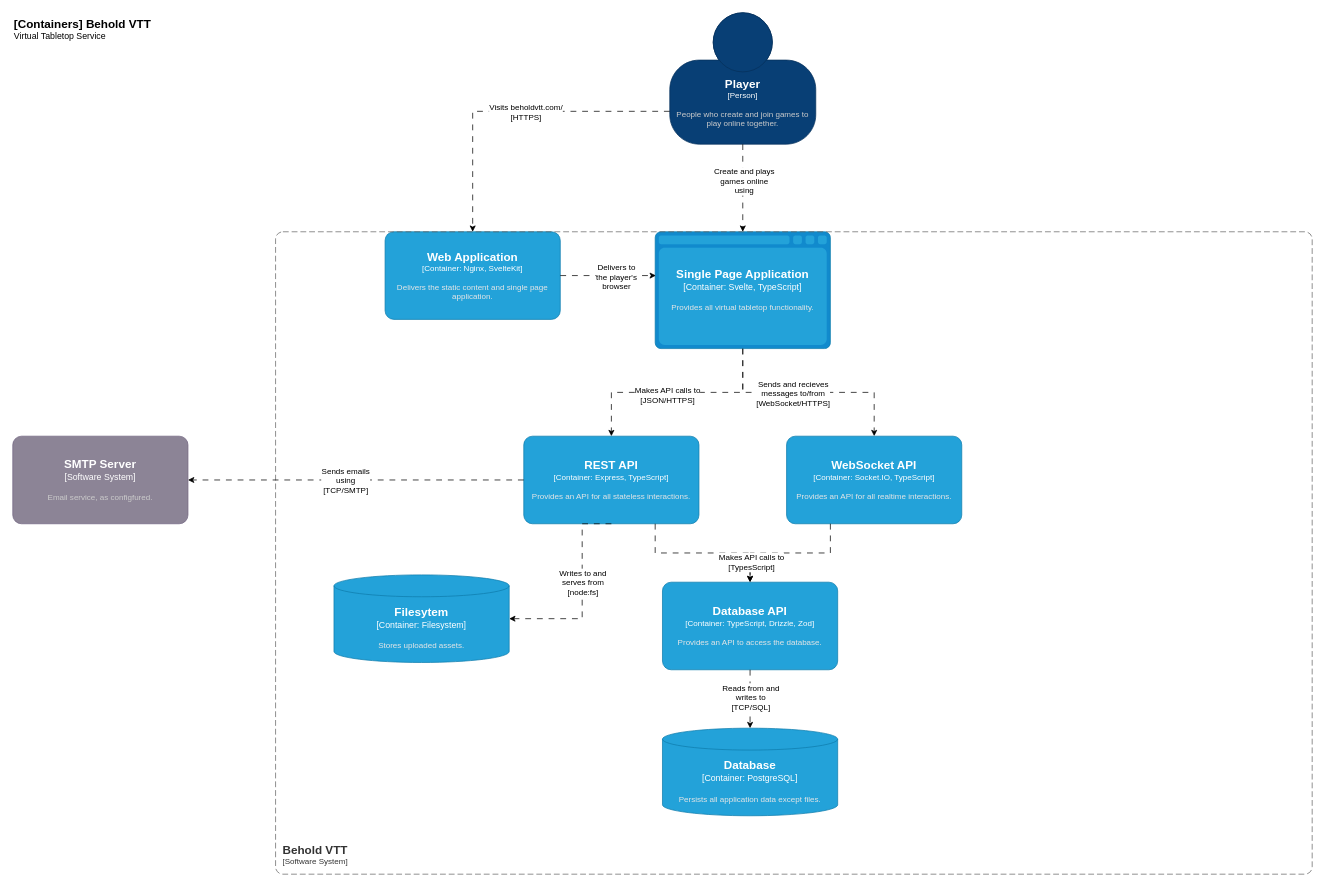
Before: doc/diagrams/c4-containers.drawio in freeborough/behold, a draw.io diagram. Source tidied: cells renumbered, new cells numbered last; positions are measured from the earlier drawing's top-left corner, leaving out a move shared by most shapes. Both pictures are drawn from the tidied source at 73%, with x=0, y=0 at pixel (12, 12).
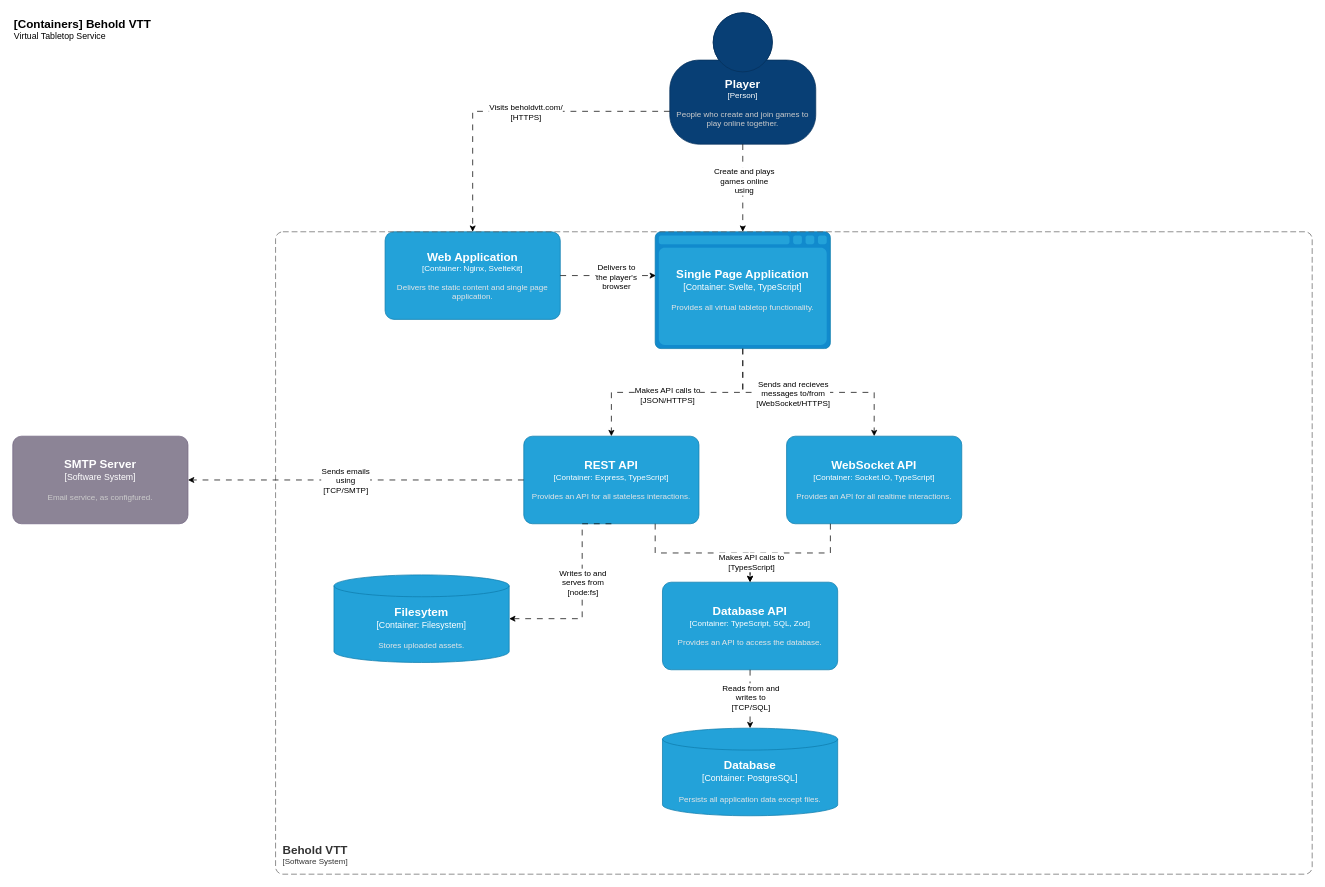
After the change.

Commit message (it also covers changes not shown here):
Removed reference to Drizzle ORM.

Change to the diagram source:
```diff
@@
-    <object id="26" label="&lt;font style=&quot;font-size: 16px&quot;&gt;&lt;b&gt;%c4Name%&lt;/b&gt;&lt;/font&gt;&lt;div&gt;[%c4Type%: %c4Technology%]&lt;/div&gt;&lt;br&gt;&lt;div&gt;&lt;font style=&quot;font-size: 11px&quot;&gt;&lt;font color=&quot;#E6E6E6&quot;&gt;%c4Description%&lt;/font&gt;&lt;/div&gt;" c4Description="Provides an API to access the database." c4Name="Database API" c4Technology="TypeScript, Drizzle, Zod" c4Type="Container" placeholders="1">
+    <object id="26" label="&lt;font style=&quot;font-size: 16px&quot;&gt;&lt;b&gt;%c4Name%&lt;/b&gt;&lt;/font&gt;&lt;div&gt;[%c4Type%: %c4Technology%]&lt;/div&gt;&lt;br&gt;&lt;div&gt;&lt;font style=&quot;font-size: 11px&quot;&gt;&lt;font color=&quot;#E6E6E6&quot;&gt;%c4Description%&lt;/font&gt;&lt;/div&gt;" c4Description="Provides an API to access the database." c4Name="Database API" c4Technology="TypeScript, SQL, Zod" c4Type="Container" placeholders="1">
       <mxCell style="rounded=1;whiteSpace=wrap;html=1;fontSize=11;labelBackgroundColor=none;fillColor=#23A2D9;fontColor=#ffffff;align=center;arcSize=10;strokeColor=#0E7DAD;points=[[0.25,0,0],[0.5,0,0],[0.75,0,0],[1,0.25,0],[1,0.5,0],[1,0.75,0],[0.75,1,0],[0.5,1,0],[0.25,1,0],[0,0.75,0],[0,0.5,0],[0,0.25,0]];" parent="1" vertex="1">
         <mxGeometry x="890" y="780" width="240" height="120" as="geometry" />
       </mxCell>
     </object>
```
